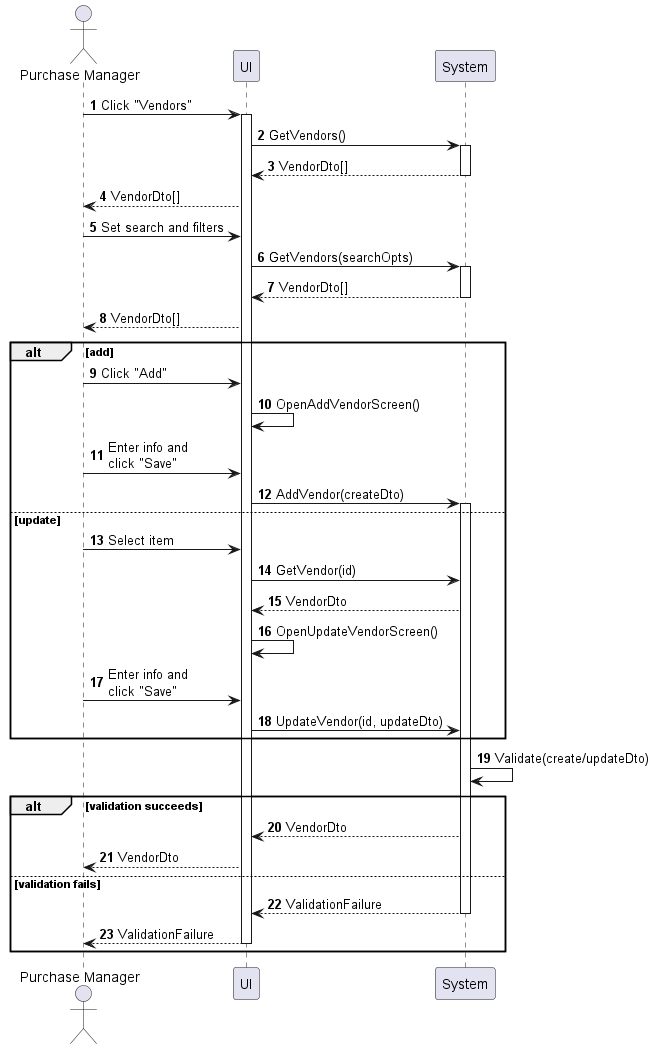
phihungha/scmss-reqs keeps this PlantUML diagram as sequences/vendor-manage.png. Above is the earlier version.
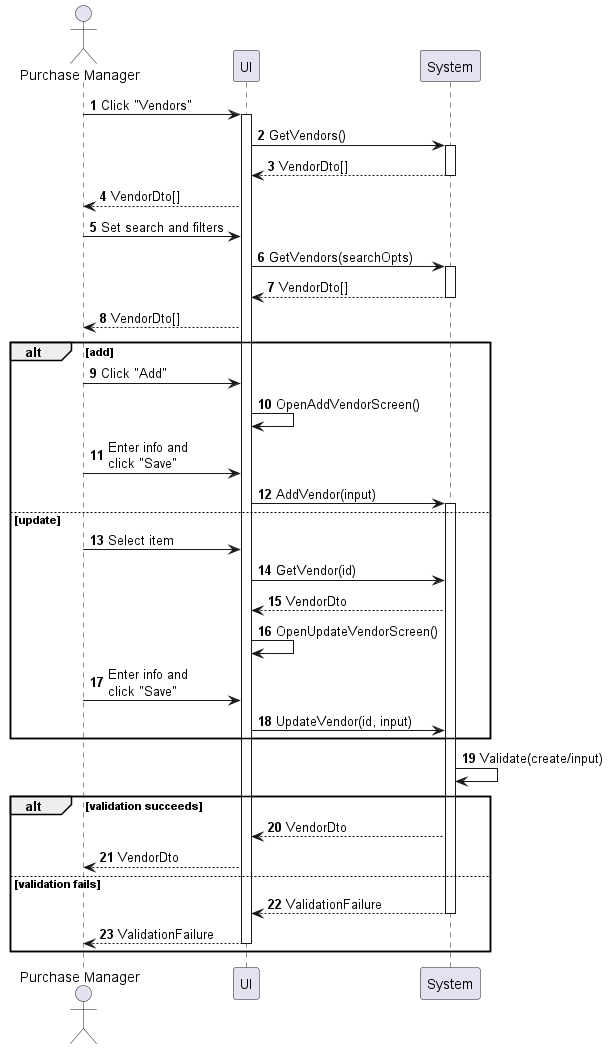
Later version of the same file.

Change to the diagram source:
```diff
@@ -21,7 +21,7 @@
     a -> f : Click "Add"
     f -> f : OpenAddVendorScreen()
     a -> f : Enter info and\nclick "Save"
-    f -> b : AddVendor(createDto)
+    f -> b : AddVendor(input)
     activate b
 else update
     a -> f : Select item
@@ -29,10 +29,10 @@
     b --> f : VendorDto
     f -> f : OpenUpdateVendorScreen()
     a -> f : Enter info and\nclick "Save"
-    f -> b : UpdateVendor(id, updateDto)
+    f -> b : UpdateVendor(id, input)
 end
 
-b -> b : Validate(create/updateDto)
+b -> b : Validate(create/input)
 
 alt validation succeeds
     b --> f : VendorDto
```
